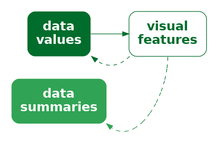
pmur002/hdvw keeps this Graphviz diagram as Diagrams/data-vis-stat-decode.png. Above is the earlier version. Its source is kept beside it as Diagrams/data-vis-stat-decode.dot.
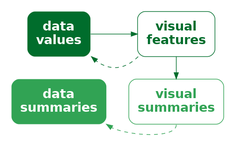
After the commit.

What changed in the source:
```diff
@@ -5,8 +5,12 @@
   stat [ label="data\nsummaries"; shape=box; style="filled, rounded"; penwidth=0; fontcolor=white; fillcolor="#31A354" ]
   vis [ label="visual\nfeatures"; shape=box;
      style="rounded"; color="#006D2C"; fontcolor="#006D2C" ]
+  sum [ label="visual\nsummaries"; shape=box;
+     style="rounded"; color="#31A354"; fontcolor="#31A354" ]
   data -> vis [ style="bold"; penwidth=1; color="#006D2C" ]
   vis:sw -> data:se [ style="dashed", color="#006D2C" ]
-  vis:s -> stat:se [ style="dashed", color="#006D2C;0.1:#057330;0.1:#0B7935;0.1:#107F39;0.1:#16853E;0.1:#1B8B42;0.1:#219147;0.1:#26974B;0.1:#2C9D50;0.1:#31A354;0.1" ]
+  vis -> sum [ style="solid", color="#006D2C" ]
+  sum:s -> stat:se [ style="dashed", color="#31A354" ]
 { rank=same; data, stat }
+{ rank=same; vis, sum }
 }
```
